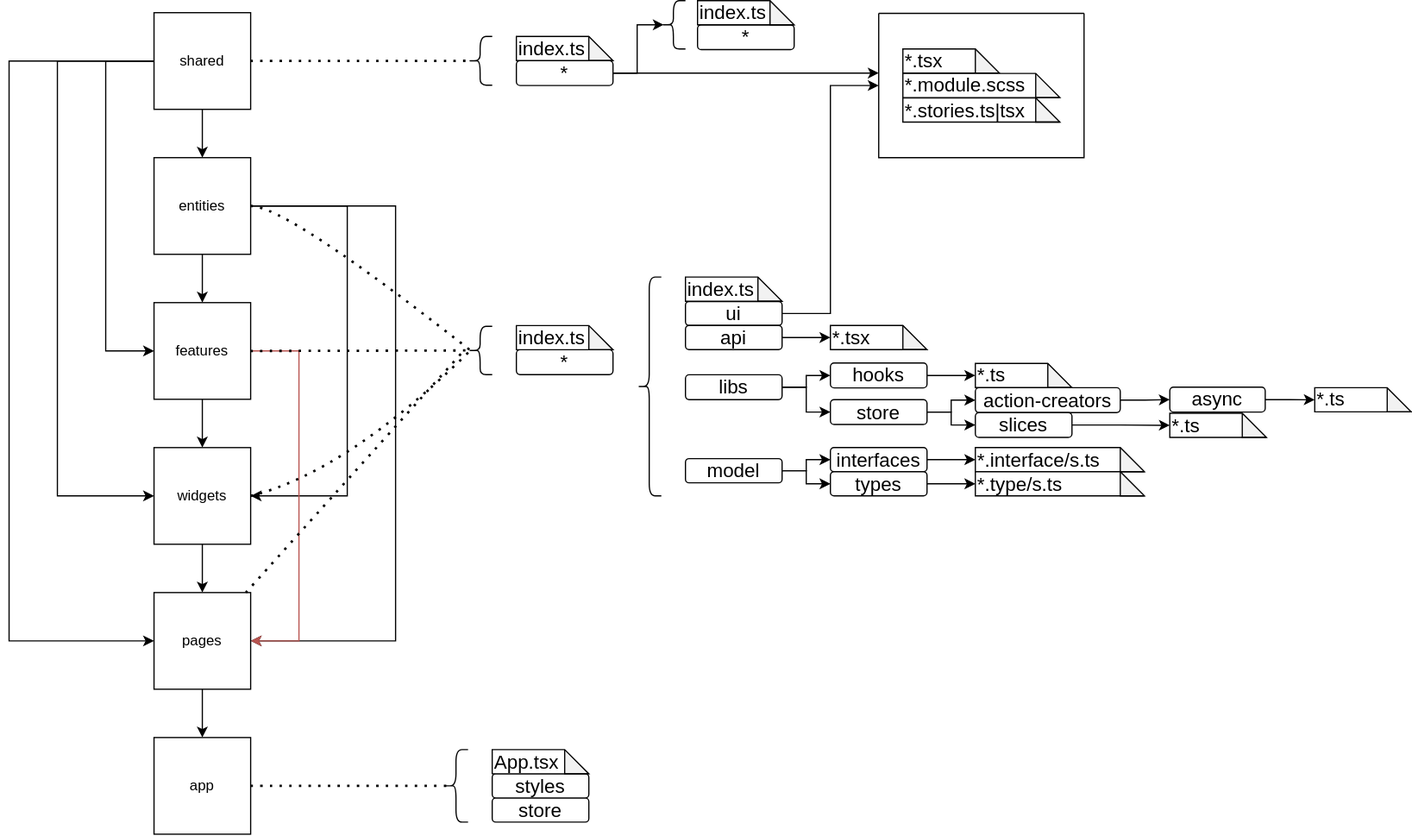
Above: client/FSD.drawio.svg in Lordpluha/GameBlog (draw.io), before the change. Source tidied: cells renumbered, new cells last; positions are measured from the earlier drawing's top-left corner, leaving out a move shared by most shapes.
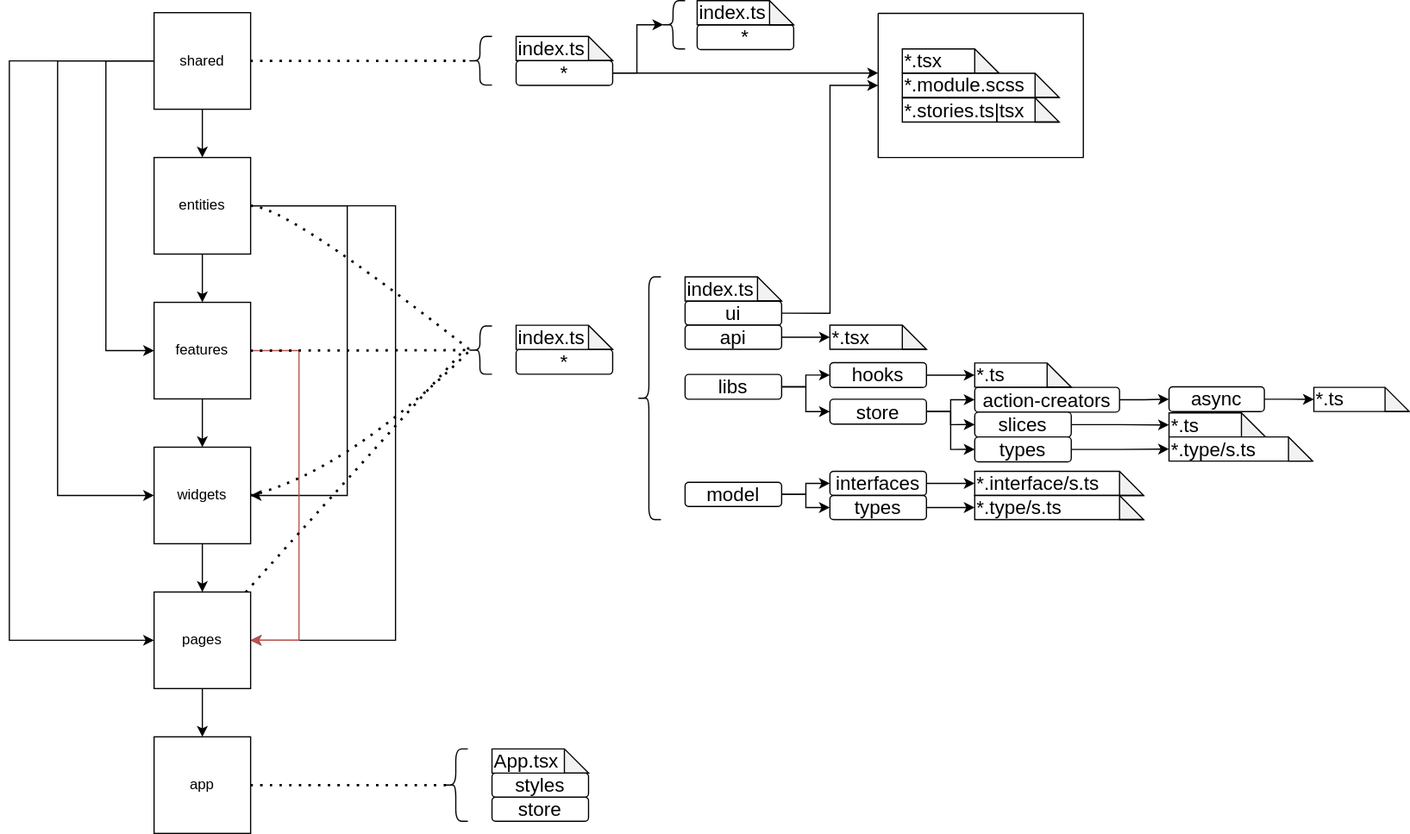
After the commit.

The edit, as a diff of the source:
```diff
@@ -117,7 +117,7 @@
       <mxGeometry relative="1" as="geometry" />
     </mxCell>
     <mxCell id="26" value="model" style="rounded=1;whiteSpace=wrap;html=1;fontSize=16;" parent="1" vertex="1">
-      <mxGeometry x="560" y="379.1" width="80" height="20" as="geometry" />
+      <mxGeometry x="560" y="399.1" width="80" height="20" as="geometry" />
     </mxCell>
     <mxCell id="27" style="edgeStyle=orthogonalEdgeStyle;rounded=0;jettySize=auto;html=1;" parent="1" edge="1" source="29" target="57">
       <mxGeometry relative="1" as="geometry" />
@@ -176,7 +176,7 @@
       <mxGeometry x="420" y="289" width="80" height="20.6" as="geometry" />
     </mxCell>
     <mxCell id="44" style="shape=curlyBracket;whiteSpace=wrap;html=1;rounded=1;labelPosition=left;verticalLabelPosition=middle;align=right;verticalAlign=middle;fontSize=16;" parent="1" vertex="1">
-      <mxGeometry x="520" y="228.9" width="20" height="181.1" as="geometry" />
+      <mxGeometry x="520" y="228.9" width="20" height="201.1" as="geometry" />
     </mxCell>
     <mxCell id="45" value="index.ts" style="shape=note;whiteSpace=wrap;html=1;backgroundOutline=1;darkOpacity=0.05;fontSize=16;align=left;" parent="1" vertex="1">
       <mxGeometry x="420" y="29.7" width="80" height="20" as="geometry" />
@@ -223,10 +223,10 @@
       <mxGeometry x="680" y="300" width="80" height="20.6" as="geometry" />
     </mxCell>
     <mxCell id="58" value="interfaces" style="rounded=1;whiteSpace=wrap;html=1;fontSize=16;" parent="1" vertex="1">
-      <mxGeometry x="680" y="370" width="80" height="20" as="geometry" />
+      <mxGeometry x="680" y="390" width="80" height="20" as="geometry" />
     </mxCell>
     <mxCell id="59" value="types" style="rounded=1;whiteSpace=wrap;html=1;fontSize=16;" parent="1" vertex="1">
-      <mxGeometry x="680" y="390" width="80" height="20" as="geometry" />
+      <mxGeometry x="680" y="410" width="80" height="20" as="geometry" />
     </mxCell>
     <mxCell id="60" style="edgeStyle=orthogonalEdgeStyle;rounded=0;jettySize=auto;html=1;" parent="1" edge="1" source="62" target="64">
       <mxGeometry relative="1" as="geometry" />
@@ -234,6 +234,9 @@
     <mxCell id="61" style="edgeStyle=orthogonalEdgeStyle;rounded=0;jettySize=auto;html=1;entryX=0;entryY=0.5;entryDx=0;entryDy=0;" parent="1" edge="1" source="62" target="66">
       <mxGeometry relative="1" as="geometry" />
     </mxCell>
+    <mxCell id="77" style="edgeStyle=orthogonalEdgeStyle;rounded=0;jettySize=auto;html=1;entryX=0;entryY=0.5;entryDx=0;entryDy=0;" parent="1" edge="1" source="62" target="79">
+      <mxGeometry relative="1" as="geometry" />
+    </mxCell>
     <mxCell id="62" value="store" style="rounded=1;whiteSpace=wrap;html=1;fontSize=16;" parent="1" vertex="1">
       <mxGeometry x="680" y="330.3" width="80" height="20.6" as="geometry" />
     </mxCell>
@@ -262,10 +265,10 @@
       <mxGeometry x="800" y="300.3" width="80" height="20" as="geometry" />
     </mxCell>
     <mxCell id="71" value="*.interface/s.ts" style="shape=note;whiteSpace=wrap;html=1;backgroundOutline=1;darkOpacity=0.05;fontSize=16;align=left;" parent="1" vertex="1">
-      <mxGeometry x="800" y="370" width="140" height="20" as="geometry" />
+      <mxGeometry x="800" y="390" width="140" height="20" as="geometry" />
     </mxCell>
     <mxCell id="72" value="*.type/s.ts" style="shape=note;whiteSpace=wrap;html=1;backgroundOutline=1;darkOpacity=0.05;fontSize=16;align=left;" parent="1" vertex="1">
-      <mxGeometry x="800" y="390" width="140" height="20" as="geometry" />
+      <mxGeometry x="800" y="410" width="140" height="20" as="geometry" />
     </mxCell>
     <mxCell id="73" style="edgeStyle=orthogonalEdgeStyle;rounded=0;jettySize=auto;html=1;entryX=0;entryY=0.5;entryDx=0;entryDy=0;entryPerimeter=0;" parent="1" edge="1" source="58" target="71">
       <mxGeometry relative="1" as="geometry" />
@@ -274,10 +277,19 @@
       <mxGeometry relative="1" as="geometry" />
     </mxCell>
     <mxCell id="75" value="*.ts" style="shape=note;whiteSpace=wrap;html=1;backgroundOutline=1;darkOpacity=0.05;fontSize=16;align=left;" parent="1" vertex="1">
-      <mxGeometry x="1081" y="320.4" width="80" height="20" as="geometry" />
+      <mxGeometry x="1081" y="320.4" width="79" height="20" as="geometry" />
     </mxCell>
     <mxCell id="76" value="*.ts" style="shape=note;whiteSpace=wrap;html=1;backgroundOutline=1;darkOpacity=0.05;fontSize=16;align=left;" parent="1" vertex="1">
       <mxGeometry x="961" y="341.6" width="80" height="20" as="geometry" />
     </mxCell>
+    <mxCell id="78" style="edgeStyle=orthogonalEdgeStyle;rounded=0;jettySize=auto;html=1;" parent="1" edge="1" source="79" target="80">
+      <mxGeometry relative="1" as="geometry" />
+    </mxCell>
+    <mxCell id="79" value="types" style="rounded=1;whiteSpace=wrap;html=1;fontSize=16;" parent="1" vertex="1">
+      <mxGeometry x="800" y="361.6" width="80" height="20.6" as="geometry" />
+    </mxCell>
+    <mxCell id="80" value="*.type/s.ts" style="shape=note;whiteSpace=wrap;html=1;backgroundOutline=1;darkOpacity=0.05;fontSize=16;align=left;" parent="1" vertex="1">
+      <mxGeometry x="961" y="361.6" width="119" height="20" as="geometry" />
+    </mxCell>
   </root>
 </mxGraphModel>
```
